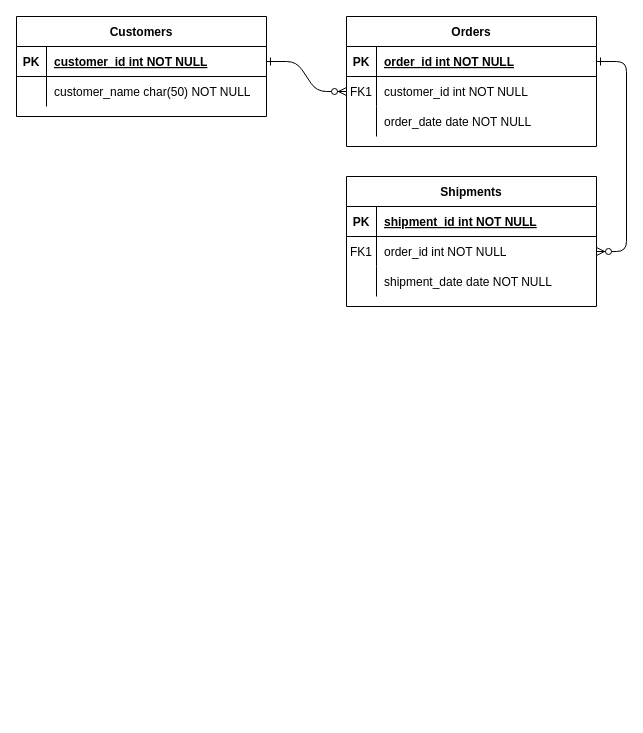
Earlier version of the draw.io diagram Untitled Diagram.drawio (mannawar/A-program-to-check-validity-of-credit-card-and-to-check-the-type-of-credit-card). Source tidied: cells renumbered, new cells numbered last; positions are measured from the earlier drawing's top-left corner, leaving out a move shared by most shapes. Both pictures are drawn from the tidied source at 100%, with x=0, y=0 at pixel (16, 16).
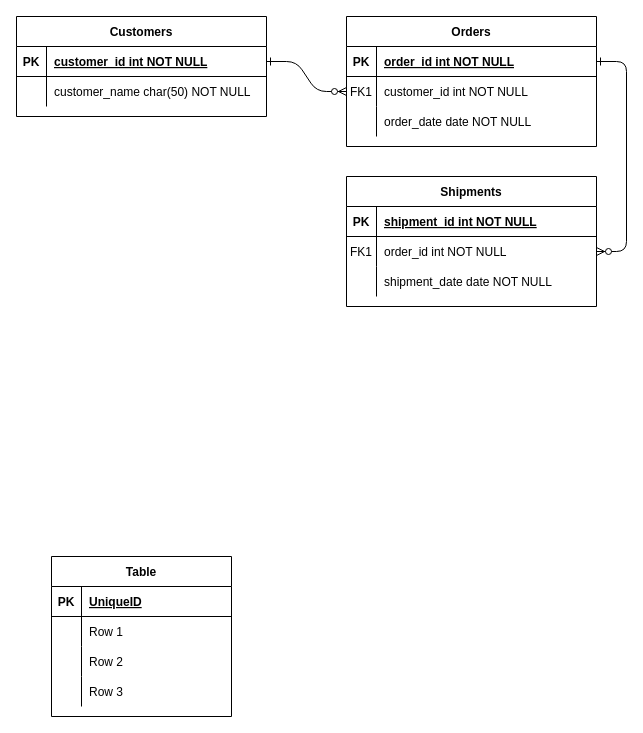
After the change.

Commit message:
datbase_design_stoic

Diff of the diagram source:
```diff
@@
+    <mxCell id="31" value="Table" style="shape=table;startSize=30;childLayout=tableLayout;rowLines=0;fontStyle=1;align=center;" parent="1" vertex="1">
+      <mxGeometry x="35" y="540" width="180" height="160" as="geometry" />
+    </mxCell>
+    <mxCell id="32" style="shape=partialRectangle;fillColor=none;top=0;left=0;bottom=1;right=0;" parent="31" vertex="1">
+      <mxGeometry y="30" width="180" height="30" as="geometry" />
+    </mxCell>
+    <mxCell id="33" value="PK" style="shape=partialRectangle;fillColor=none;top=0;left=0;bottom=0;right=0;fontStyle=1;overflow=hidden;" parent="32" vertex="1">
+      <mxGeometry width="30" height="30" as="geometry" />
+    </mxCell>
+    <mxCell id="34" value="UniqueID" style="shape=partialRectangle;fillColor=none;top=0;left=0;bottom=0;right=0;align=left;spacingLeft=6;fontStyle=5;overflow=hidden;" parent="32" vertex="1">
+      <mxGeometry x="30" width="150" height="30" as="geometry" />
+    </mxCell>
+    <mxCell id="35" style="shape=partialRectangle;fillColor=none;top=0;left=0;bottom=0;right=0;" parent="31" vertex="1">
+      <mxGeometry y="60" width="180" height="30" as="geometry" />
+    </mxCell>
+    <mxCell id="36" style="shape=partialRectangle;fillColor=none;top=0;left=0;bottom=0;right=0;overflow=hidden;" parent="35" vertex="1">
+      <mxGeometry width="30" height="30" as="geometry" />
+    </mxCell>
+    <mxCell id="37" value="Row 1" style="shape=partialRectangle;fillColor=none;top=0;left=0;bottom=0;right=0;align=left;spacingLeft=6;overflow=hidden;" parent="35" vertex="1">
+      <mxGeometry x="30" width="150" height="30" as="geometry" />
+    </mxCell>
+    <mxCell id="38" style="shape=partialRectangle;fillColor=none;top=0;left=0;bottom=0;right=0;" parent="31" vertex="1">
+      <mxGeometry y="90" width="180" height="30" as="geometry" />
+    </mxCell>
+    <mxCell id="39" style="shape=partialRectangle;fillColor=none;top=0;left=0;bottom=0;right=0;overflow=hidden;" parent="38" vertex="1">
+      <mxGeometry width="30" height="30" as="geometry" />
+    </mxCell>
+    <mxCell id="40" value="Row 2" style="shape=partialRectangle;fillColor=none;top=0;left=0;bottom=0;right=0;align=left;spacingLeft=6;overflow=hidden;" parent="38" vertex="1">
+      <mxGeometry x="30" width="150" height="30" as="geometry" />
+    </mxCell>
+    <mxCell id="41" style="shape=partialRectangle;fillColor=none;top=0;left=0;bottom=0;right=0;" parent="31" vertex="1">
+      <mxGeometry y="120" width="180" height="30" as="geometry" />
+    </mxCell>
+    <mxCell id="42" style="shape=partialRectangle;fillColor=none;top=0;left=0;bottom=0;right=0;overflow=hidden;" parent="41" vertex="1">
+      <mxGeometry width="30" height="30" as="geometry" />
+    </mxCell>
+    <mxCell id="43" value="Row 3" style="shape=partialRectangle;fillColor=none;top=0;left=0;bottom=0;right=0;align=left;spacingLeft=6;overflow=hidden;" parent="41" vertex="1">
+      <mxGeometry x="30" width="150" height="30" as="geometry" />
+    </mxCell>
```
